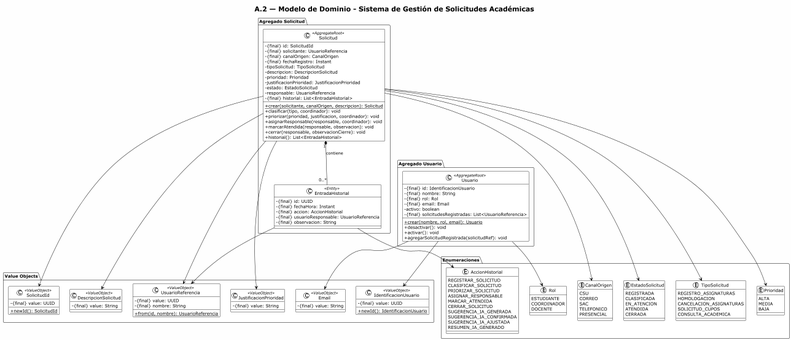
Above: proyecto/docs/diagramaClases/A2_modelo_dominio.png in chaos086/backend-proyecto-sistemaPQRS (PlantUML), before the change.
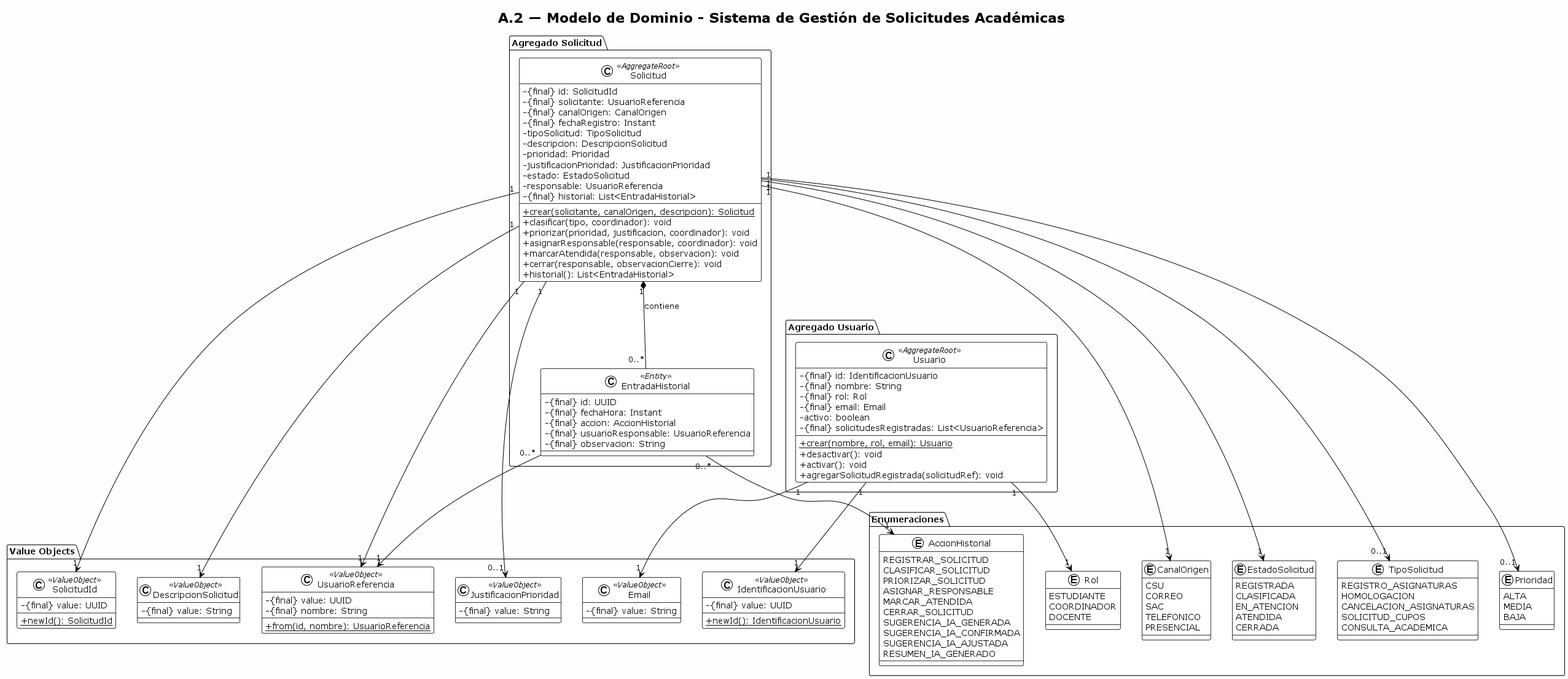
After the change.

Commit message:
A.2 corregido (se le agregó cardinalidades correctas)

What changed in the source:
```diff
@@ -150,19 +150,19 @@
 }
 
 
-Solicitud --> SolicitudId
-Solicitud --> UsuarioReferencia
-Solicitud --> CanalOrigen
-Solicitud --> DescripcionSolicitud
-Solicitud --> TipoSolicitud
-Solicitud --> Prioridad
-Solicitud --> JustificacionPrioridad
-Solicitud --> EstadoSolicitud
-EntradaHistorial --> AccionHistorial
-EntradaHistorial --> UsuarioReferencia
+Solicitud "1" --> "1" SolicitudId
+Solicitud "1" --> "1" UsuarioReferencia
+Solicitud "1" --> "1" CanalOrigen
+Solicitud "1" --> "1" DescripcionSolicitud
+Solicitud "1" --> "0..1" TipoSolicitud
+Solicitud "1" --> "0..1" Prioridad
+Solicitud "1" --> "0..1" JustificacionPrioridad
+Solicitud "1" --> "1" EstadoSolicitud
+EntradaHistorial "0..*" --> "1" AccionHistorial
+EntradaHistorial "0..*" --> "1" UsuarioReferencia
 
-Usuario --> IdentificacionUsuario
-Usuario --> Rol
-Usuario --> Email
+Usuario "1" --> "1" IdentificacionUsuario
+Usuario "1" --> "1" Rol
+Usuario "1" --> "1" Email
 
 @enduml
```
